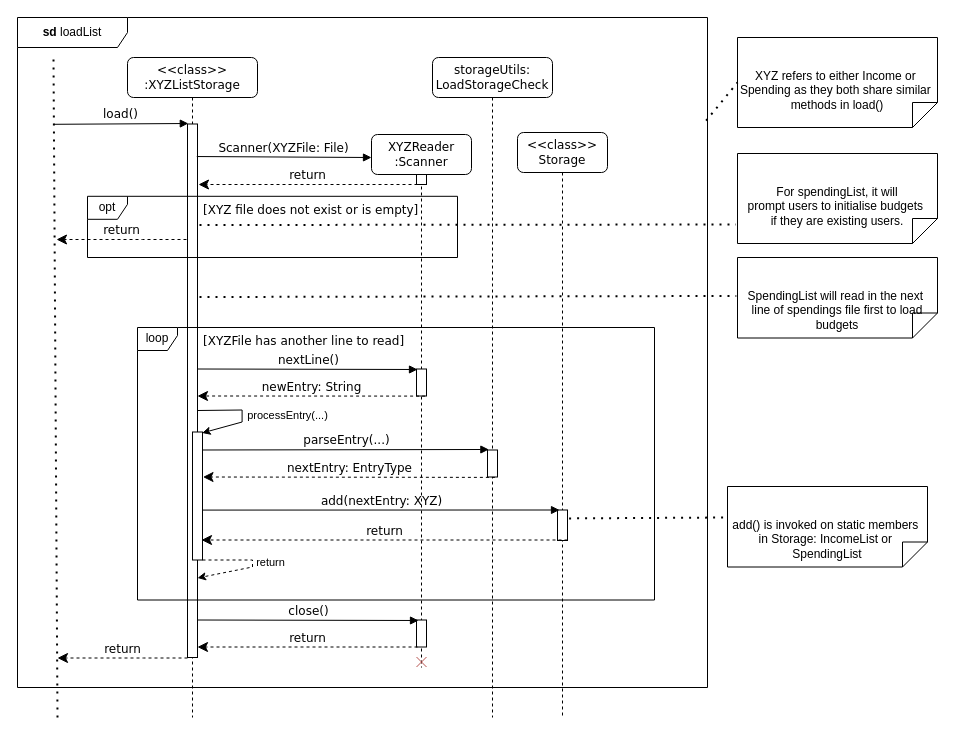
This is page "loadList" (4 of 4) of docs/Diagrams/Storage/storage.drawio from wongwh2002/CS2113TeamProject, a draw.io file, before an edit. Source tidied: cells renumbered, new cells numbered last; positions are measured from the earlier drawing's top-left corner, leaving out a move shared by most shapes. Both pictures are drawn from the tidied source at 100%, with x=0, y=0 at pixel (17, 17).
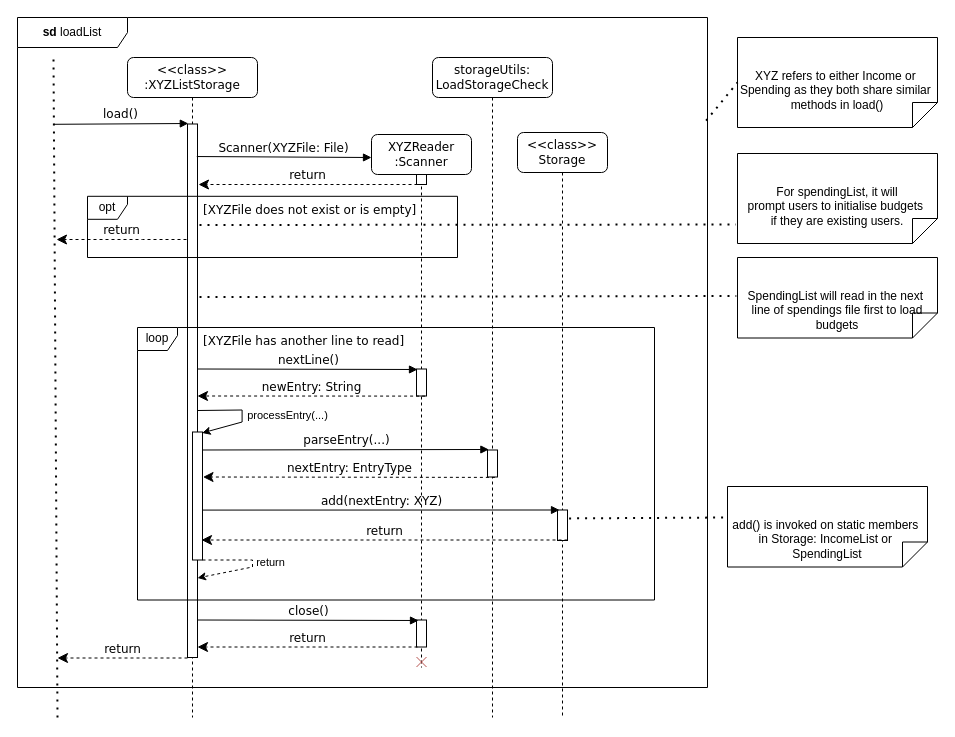
After the change.

What changed in the source:
```diff
@@
-    <mxCell id="37" value="&lt;div style=&quot;text-align: center;&quot;&gt;&lt;font face=&quot;Verdana&quot;&gt;&lt;span style=&quot;text-wrap-mode: nowrap;&quot;&gt;[XYZ file does not exist or is empty]&lt;/span&gt;&lt;/font&gt;&lt;/div&gt;" style="text;whiteSpace=wrap;html=1;" parent="1" vertex="1">
+    <mxCell id="37" value="&lt;div style=&quot;text-align: center;&quot;&gt;&lt;font face=&quot;Verdana&quot;&gt;&lt;span style=&quot;text-wrap-mode: nowrap;&quot;&gt;[XYZFile does not exist or is empty]&lt;/span&gt;&lt;/font&gt;&lt;/div&gt;" style="text;whiteSpace=wrap;html=1;" parent="1" vertex="1">
       <mxGeometry x="184" y="178.8" width="70" height="20" as="geometry" />
     </mxCell>
```
